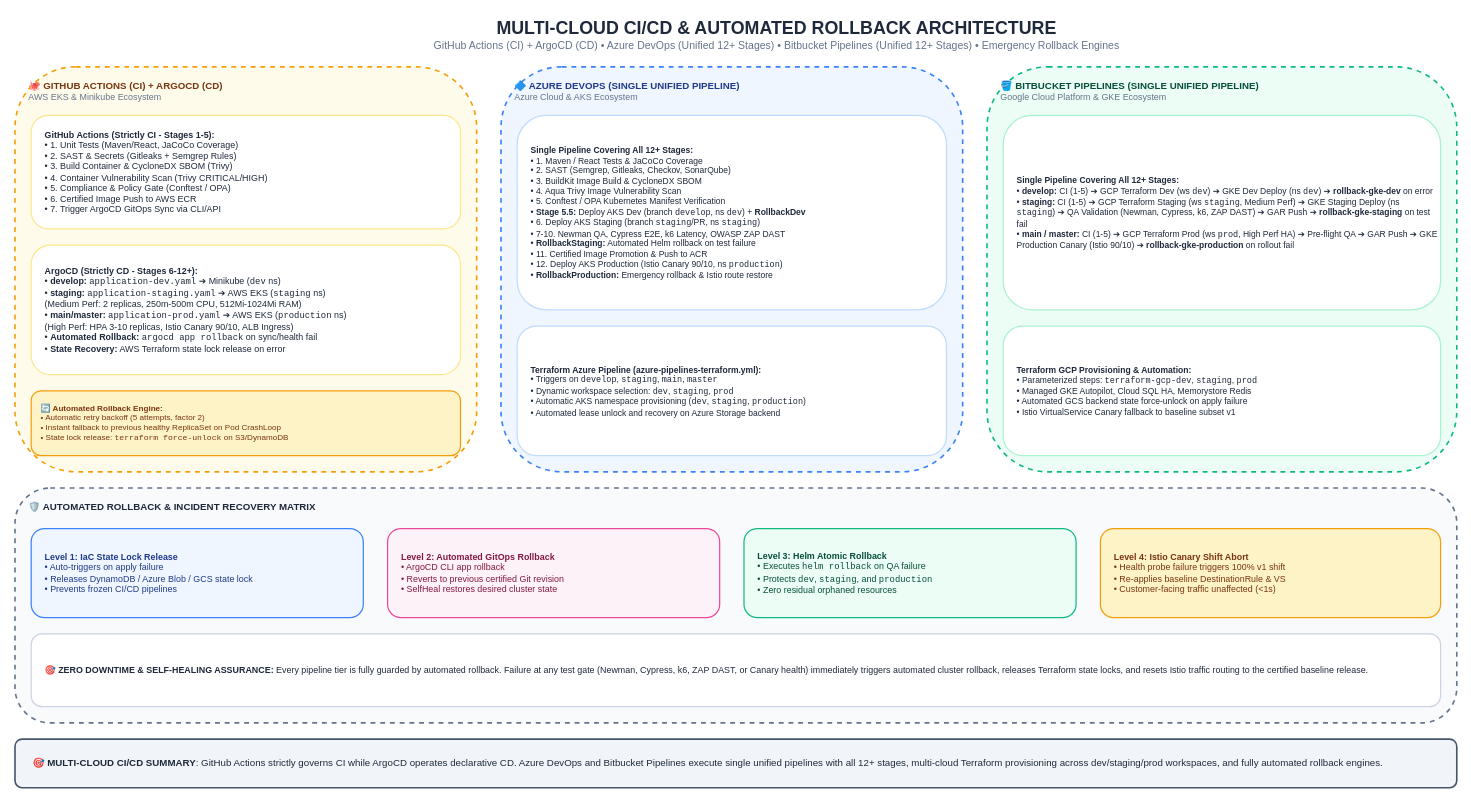
Earlier version of the draw.io diagram page "12. Multi-Cloud CI/CD & Automated Rollback Architecture" (12 of 12) of docs/Diagrams.drawio (GeorgeGxx/microservices-architecture). Source tidied: cells renumbered, new cells numbered last; positions are measured from the earlier drawing's top-left corner, leaving out a move shared by most shapes. Both pictures are drawn from the tidied source at 81%, with x=0, y=0 at pixel (15, 14).
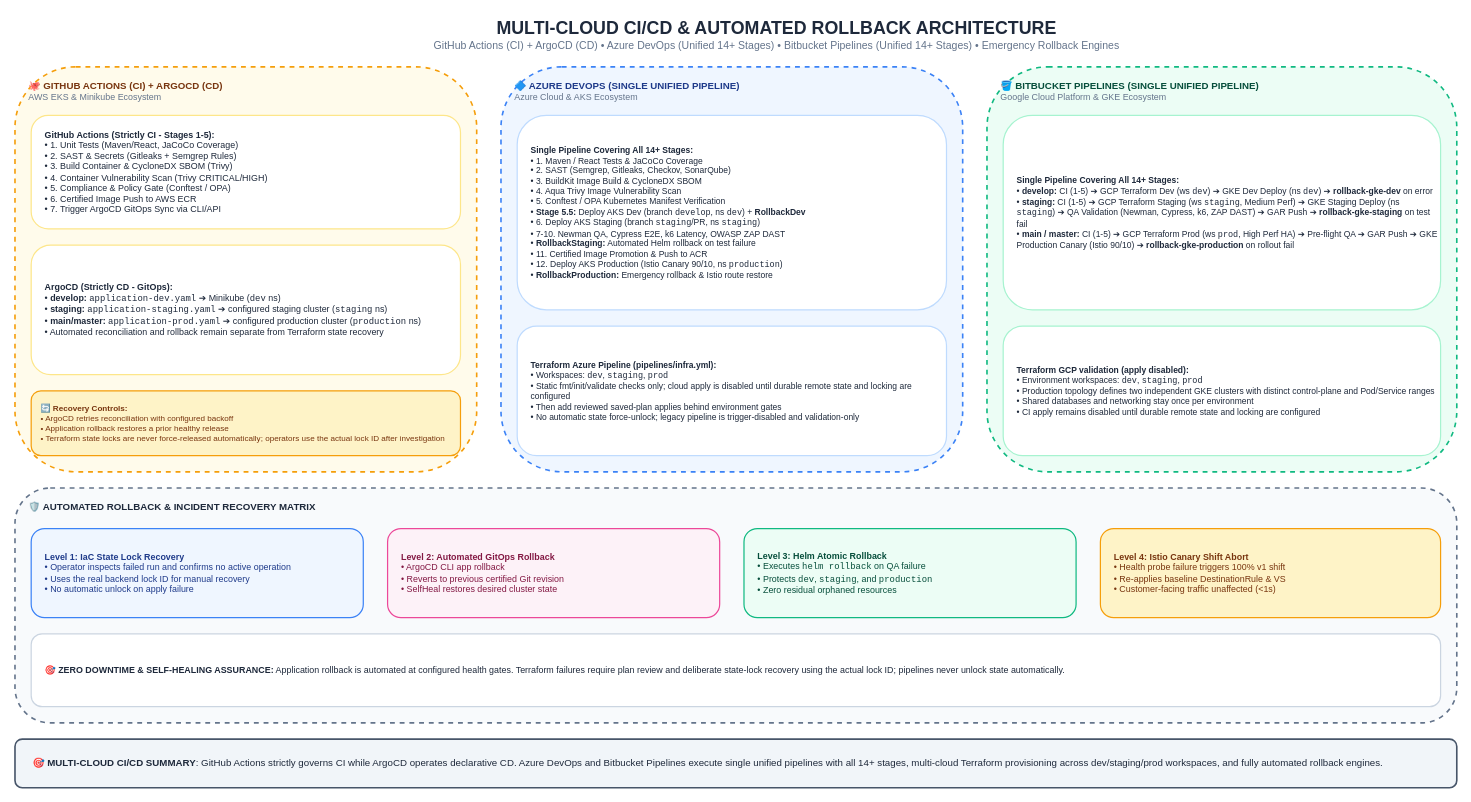
After the change.

Commit message (it also covers changes not shown here):
docs(architecture): sync platform and 12-cluster topology

Change to the diagram source:
```diff
@@
 <mxGraphModel>
   <root>
     <mxCell id="0" />
     <mxCell id="1" parent="0" />
-    <mxCell id="2" value="&lt;b style='font-size:22px;color:#1E293B;'&gt;MULTI-CLOUD CI/CD &amp; AUTOMATED ROLLBACK ARCHITECTURE&lt;/b&gt;&lt;br&gt;&lt;span style='font-size:13px;color:#64748B;'&gt;GitHub Actions (CI) + ArgoCD (CD) • Azure DevOps (Unified 12+ Stages) • Bitbucket Pipelines (Unified 12+ Stages) • Emergency Rollback Engines&lt;/span&gt;" style="text;html=1;align=center;verticalAlign=middle;rounded=0;" parent="1" vertex="1">
+    <mxCell id="2" value="&lt;b style='font-size:22px;color:#1E293B;'&gt;MULTI-CLOUD CI/CD &amp; AUTOMATED ROLLBACK ARCHITECTURE&lt;/b&gt;&lt;br&gt;&lt;span style='font-size:13px;color:#64748B;'&gt;GitHub Actions (CI) + ArgoCD (CD) • Azure DevOps (Unified 14+ Stages) • Bitbucket Pipelines (Unified 14+ Stages) • Emergency Rollback Engines&lt;/span&gt;" style="text;html=1;align=center;verticalAlign=middle;rounded=0;" parent="1" vertex="1">
       <mxGeometry x="240" width="1400" height="50" as="geometry" />
     </mxCell>
     <mxCell id="3" value="&lt;b&gt;🐙 GITHUB ACTIONS (CI) + ARGOCD (CD)&lt;/b&gt;&lt;br&gt;&lt;span style='font-size:11px;color:#64748B;'&gt;AWS EKS &amp; Minikube Ecosystem&lt;/span&gt;" style="rounded=1;whiteSpace=wrap;html=1;fillColor=#FFFBEB;strokeColor=#F59E0B;strokeWidth=2;verticalAlign=top;align=left;spacingLeft=15;spacingTop=10;fontColor=#78350F;fontSize=12;dashed=1;" parent="1" vertex="1">
       <mxGeometry y="65" width="570" height="500" as="geometry" />
     </mxCell>
     <mxCell id="4" value="&lt;b&gt;GitHub Actions (Strictly CI - Stages 1-5):&lt;/b&gt;&lt;br&gt;• 1. Unit Tests (Maven/React, JaCoCo Coverage)&lt;br&gt;• 2. SAST &amp; Secrets (Gitleaks + Semgrep Rules)&lt;br&gt;• 3. Build Container &amp; CycloneDX SBOM (Trivy)&lt;br&gt;• 4. Container Vulnerability Scan (Trivy CRITICAL/HIGH)&lt;br&gt;• 5. Compliance &amp; Policy Gate (Conftest / OPA)&lt;br&gt;• 6. Certified Image Push to AWS ECR&lt;br&gt;• 7. Trigger ArgoCD GitOps Sync via CLI/API" style="rounded=1;whiteSpace=wrap;html=1;fillColor=#FFFFFF;strokeColor=#FDE68A;strokeWidth=1.5;fontColor=#1E293B;fontSize=11;align=left;spacingLeft=15;" parent="1" vertex="1">
       <mxGeometry x="20" y="125" width="530" height="140" as="geometry" />
     </mxCell>
-    <mxCell id="5" value="&lt;b&gt;ArgoCD (Strictly CD - Stages 6-12+):&lt;/b&gt;&lt;br&gt;• &lt;b&gt;develop:&lt;/b&gt; &lt;code&gt;application-dev.yaml&lt;/code&gt; ➔ Minikube (&lt;code&gt;dev&lt;/code&gt; ns)&lt;br&gt;• &lt;b&gt;staging:&lt;/b&gt; &lt;code&gt;application-staging.yaml&lt;/code&gt; ➔ AWS EKS (&lt;code&gt;staging&lt;/code&gt; ns)&lt;br&gt;  (Medium Perf: 2 replicas, 250m-500m CPU, 512Mi-1024Mi RAM)&lt;br&gt;• &lt;b&gt;main/master:&lt;/b&gt; &lt;code&gt;application-prod.yaml&lt;/code&gt; ➔ AWS EKS (&lt;code&gt;production&lt;/code&gt; ns)&lt;br&gt;  (High Perf: HPA 3-10 replicas, Istio Canary 90/10, ALB Ingress)&lt;br&gt;• &lt;b&gt;Automated Rollback:&lt;/b&gt; &lt;code&gt;argocd app rollback&lt;/code&gt; on sync/health fail&lt;br&gt;• &lt;b&gt;State Recovery:&lt;/b&gt; AWS Terraform state lock release on error" style="rounded=1;whiteSpace=wrap;html=1;fillColor=#FFFFFF;strokeColor=#FDE68A;strokeWidth=1.5;fontColor=#1E293B;fontSize=11;align=left;spacingLeft=15;" parent="1" vertex="1">
+    <mxCell id="5" value="&lt;b&gt;ArgoCD (Strictly CD - GitOps):&lt;/b&gt;&lt;br&gt;• &lt;b&gt;develop:&lt;/b&gt; &lt;code&gt;application-dev.yaml&lt;/code&gt; ➔ Minikube (&lt;code&gt;dev&lt;/code&gt; ns)&lt;br&gt;• &lt;b&gt;staging:&lt;/b&gt; &lt;code&gt;application-staging.yaml&lt;/code&gt; ➔ configured staging cluster (&lt;code&gt;staging&lt;/code&gt; ns)&lt;br&gt;• &lt;b&gt;main/master:&lt;/b&gt; &lt;code&gt;application-prod.yaml&lt;/code&gt; ➔ configured production cluster (&lt;code&gt;production&lt;/code&gt; ns)&lt;br&gt;• Automated reconciliation and rollback remain separate from Terraform state recovery" style="rounded=1;whiteSpace=wrap;html=1;fillColor=#FFFFFF;strokeColor=#FDE68A;strokeWidth=1.5;fontColor=#1E293B;fontSize=11;align=left;spacingLeft=15;" parent="1" vertex="1">
       <mxGeometry x="20" y="285" width="530" height="160" as="geometry" />
     </mxCell>
-    <mxCell id="6" value="&lt;b&gt;🔄 Automated Rollback Engine:&lt;/b&gt;&lt;br&gt;• Automatic retry backoff (5 attempts, factor 2)&lt;br&gt;• Instant fallback to previous healthy ReplicaSet on Pod CrashLoop&lt;br&gt;• State lock release: &lt;code&gt;terraform force-unlock&lt;/code&gt; on S3/DynamoDB" style="rounded=1;whiteSpace=wrap;html=1;fillColor=#FEF3C7;strokeColor=#F59E0B;strokeWidth=1.5;fontColor=#78350F;fontSize=10;align=left;spacingLeft=10;" parent="1" vertex="1">
+    <mxCell id="6" value="&lt;b&gt;🔄 Recovery Controls:&lt;/b&gt;&lt;br&gt;• ArgoCD retries reconciliation with configured backoff&lt;br&gt;• Application rollback restores a prior healthy release&lt;br&gt;• Terraform state locks are never force-released automatically; operators use the actual lock ID after investigation" style="rounded=1;whiteSpace=wrap;html=1;fillColor=#FEF3C7;strokeColor=#F59E0B;strokeWidth=1.5;fontColor=#78350F;fontSize=10;align=left;spacingLeft=10;" parent="1" vertex="1">
       <mxGeometry x="20" y="465" width="530" height="80" as="geometry" />
     </mxCell>
     <mxCell id="7" value="&lt;b&gt;🔷 AZURE DEVOPS (SINGLE UNIFIED PIPELINE)&lt;/b&gt;&lt;br&gt;&lt;span style='font-size:11px;color:#64748B;'&gt;Azure Cloud &amp; AKS Ecosystem&lt;/span&gt;" style="rounded=1;whiteSpace=wrap;html=1;fillColor=#EFF6FF;strokeColor=#3B82F6;strokeWidth=2;verticalAlign=top;align=left;spacingLeft=15;spacingTop=10;fontColor=#1E3A8A;fontSize=12;dashed=1;" parent="1" vertex="1">
       <mxGeometry x="600" y="65" width="570" height="500" as="geometry" />
     </mxCell>
-    <mxCell id="8" value="&lt;b&gt;Single Pipeline Covering All 12+ Stages:&lt;/b&gt;&lt;br&gt;• 1. Maven / React Tests &amp; JaCoCo Coverage&lt;br&gt;• 2. SAST (Semgrep, Gitleaks, Checkov, SonarQube)&lt;br&gt;• 3. BuildKit Image Build &amp; CycloneDX SBOM&lt;br&gt;• 4. Aqua Trivy Image Vulnerability Scan&lt;br&gt;• 5. Conftest / OPA Kubernetes Manifest Verification&lt;br&gt;• &lt;b&gt;Stage 5.5:&lt;/b&gt; Deploy AKS Dev (branch &lt;code&gt;develop&lt;/code&gt;, ns &lt;code&gt;dev&lt;/code&gt;) + &lt;b&gt;RollbackDev&lt;/b&gt;&lt;br&gt;• 6. Deploy AKS Staging (branch &lt;code&gt;staging&lt;/code&gt;/PR, ns &lt;code&gt;staging&lt;/code&gt;)&lt;br&gt;• 7-10. Newman QA, Cypress E2E, k6 Latency, OWASP ZAP DAST&lt;br&gt;• &lt;b&gt;RollbackStaging:&lt;/b&gt; Automated Helm rollback on test failure&lt;br&gt;• 11. Certified Image Promotion &amp; Push to ACR&lt;br&gt;• 12. Deploy AKS Production (Istio Canary 90/10, ns &lt;code&gt;production&lt;/code&gt;)&lt;br&gt;• &lt;b&gt;RollbackProduction:&lt;/b&gt; Emergency rollback &amp; Istio route restore" style="rounded=1;whiteSpace=wrap;html=1;fillColor=#FFFFFF;strokeColor=#BFDBFE;strokeWidth=1.5;fontColor=#1E293B;fontSize=10.5;align=left;spacingLeft=15;" parent="1" vertex="1">
+    <mxCell id="8" value="&lt;b&gt;Single Pipeline Covering All 14+ Stages:&lt;/b&gt;&lt;br&gt;• 1. Maven / React Tests &amp; JaCoCo Coverage&lt;br&gt;• 2. SAST (Semgrep, Gitleaks, Checkov, SonarQube)&lt;br&gt;• 3. BuildKit Image Build &amp; CycloneDX SBOM&lt;br&gt;• 4. Aqua Trivy Image Vulnerability Scan&lt;br&gt;• 5. Conftest / OPA Kubernetes Manifest Verification&lt;br&gt;• &lt;b&gt;Stage 5.5:&lt;/b&gt; Deploy AKS Dev (branch &lt;code&gt;develop&lt;/code&gt;, ns &lt;code&gt;dev&lt;/code&gt;) + &lt;b&gt;RollbackDev&lt;/b&gt;&lt;br&gt;• 6. Deploy AKS Staging (branch &lt;code&gt;staging&lt;/code&gt;/PR, ns &lt;code&gt;staging&lt;/code&gt;)&lt;br&gt;• 7-10. Newman QA, Cypress E2E, k6 Latency, OWASP ZAP DAST&lt;br&gt;• &lt;b&gt;RollbackStaging:&lt;/b&gt; Automated Helm rollback on test failure&lt;br&gt;• 11. Certified Image Promotion &amp; Push to ACR&lt;br&gt;• 12. Deploy AKS Production (Istio Canary 90/10, ns &lt;code&gt;production&lt;/code&gt;)&lt;br&gt;• &lt;b&gt;RollbackProduction:&lt;/b&gt; Emergency rollback &amp; Istio route restore" style="rounded=1;whiteSpace=wrap;html=1;fillColor=#FFFFFF;strokeColor=#BFDBFE;strokeWidth=1.5;fontColor=#1E293B;fontSize=10.5;align=left;spacingLeft=15;" parent="1" vertex="1">
       <mxGeometry x="620" y="125" width="530" height="240" as="geometry" />
     </mxCell>
-    <mxCell id="9" value="&lt;b&gt;Terraform Azure Pipeline (azure-pipelines-terraform.yml):&lt;/b&gt;&lt;br&gt;• Triggers on &lt;code&gt;develop&lt;/code&gt;, &lt;code&gt;staging&lt;/code&gt;, &lt;code&gt;main&lt;/code&gt;, &lt;code&gt;master&lt;/code&gt;&lt;br&gt;• Dynamic workspace selection: &lt;code&gt;dev&lt;/code&gt;, &lt;code&gt;staging&lt;/code&gt;, &lt;code&gt;prod&lt;/code&gt;&lt;br&gt;• Automatic AKS namespace provisioning (&lt;code&gt;dev&lt;/code&gt;, &lt;code&gt;staging&lt;/code&gt;, &lt;code&gt;production&lt;/code&gt;)&lt;br&gt;• Automated lease unlock and recovery on Azure Storage backend" style="rounded=1;whiteSpace=wrap;html=1;fillColor=#FFFFFF;strokeColor=#BFDBFE;strokeWidth=1.5;fontColor=#1E293B;fontSize=10.5;align=left;spacingLeft=15;" parent="1" vertex="1">
+    <mxCell id="9" value="&lt;b&gt;Terraform Azure Pipeline (pipelines/infra.yml):&lt;/b&gt;&lt;br&gt;• Workspaces: &lt;code&gt;dev&lt;/code&gt;, &lt;code&gt;staging&lt;/code&gt;, &lt;code&gt;prod&lt;/code&gt;&lt;br&gt;• Static fmt/init/validate checks only; cloud apply is disabled until durable remote state and locking are configured&lt;br&gt;• Then add reviewed saved-plan applies behind environment gates&lt;br&gt;• No automatic state force-unlock; legacy pipeline is trigger-disabled and validation-only" style="rounded=1;whiteSpace=wrap;html=1;fillColor=#FFFFFF;strokeColor=#BFDBFE;strokeWidth=1.5;fontColor=#1E293B;fontSize=10.5;align=left;spacingLeft=15;" parent="1" vertex="1">
       <mxGeometry x="620" y="385" width="530" height="160" as="geometry" />
     </mxCell>
     <mxCell id="10" value="&lt;b&gt;🪣 BITBUCKET PIPELINES (SINGLE UNIFIED PIPELINE)&lt;/b&gt;&lt;br&gt;&lt;span style='font-size:11px;color:#64748B;'&gt;Google Cloud Platform &amp; GKE Ecosystem&lt;/span&gt;" style="rounded=1;whiteSpace=wrap;html=1;fillColor=#ECFDF5;strokeColor=#10B981;strokeWidth=2;verticalAlign=top;align=left;spacingLeft=15;spacingTop=10;fontColor=#064E3B;fontSize=12;dashed=1;" parent="1" vertex="1">
       <mxGeometry x="1200" y="65" width="580" height="500" as="geometry" />
     </mxCell>
-    <mxCell id="11" value="&lt;b&gt;Single Pipeline Covering All 12+ Stages:&lt;/b&gt;&lt;br&gt;• &lt;b&gt;develop:&lt;/b&gt; CI (1-5) ➔ GCP Terraform Dev (ws &lt;code&gt;dev&lt;/code&gt;) ➔ GKE Dev Deploy (ns &lt;code&gt;dev&lt;/code&gt;) ➔ &lt;b&gt;rollback-gke-dev&lt;/b&gt; on error&lt;br&gt;• &lt;b&gt;staging:&lt;/b&gt; CI (1-5) ➔ GCP Terraform Staging (ws &lt;code&gt;staging&lt;/code&gt;, Medium Perf) ➔ GKE Staging Deploy (ns &lt;code&gt;staging&lt;/code&gt;) ➔ QA Validation (Newman, Cypress, k6, ZAP DAST) ➔ GAR Push ➔ &lt;b&gt;rollback-gke-staging&lt;/b&gt; on test fail&lt;br&gt;• &lt;b&gt;main / master:&lt;/b&gt; CI (1-5) ➔ GCP Terraform Prod (ws &lt;code&gt;prod&lt;/code&gt;, High Perf HA) ➔ Pre-flight QA ➔ GAR Push ➔ GKE Production Canary (Istio 90/10) ➔ &lt;b&gt;rollback-gke-production&lt;/b&gt; on rollout fail" style="rounded=1;whiteSpace=wrap;html=1;fillColor=#FFFFFF;strokeColor=#A7F3D0;strokeWidth=1.5;fontColor=#1E293B;fontSize=10.5;align=left;spacingLeft=15;" parent="1" vertex="1">
+    <mxCell id="11" value="&lt;b&gt;Single Pipeline Covering All 14+ Stages:&lt;/b&gt;&lt;br&gt;• &lt;b&gt;develop:&lt;/b&gt; CI (1-5) ➔ GCP Terraform Dev (ws &lt;code&gt;dev&lt;/code&gt;) ➔ GKE Dev Deploy (ns &lt;code&gt;dev&lt;/code&gt;) ➔ &lt;b&gt;rollback-gke-dev&lt;/b&gt; on error&lt;br&gt;• &lt;b&gt;staging:&lt;/b&gt; CI (1-5) ➔ GCP Terraform Staging (ws &lt;code&gt;staging&lt;/code&gt;, Medium Perf) ➔ GKE Staging Deploy (ns &lt;code&gt;staging&lt;/code&gt;) ➔ QA Validation (Newman, Cypress, k6, ZAP DAST) ➔ GAR Push ➔ &lt;b&gt;rollback-gke-staging&lt;/b&gt; on test fail&lt;br&gt;• &lt;b&gt;main / master:&lt;/b&gt; CI (1-5) ➔ GCP Terraform Prod (ws &lt;code&gt;prod&lt;/code&gt;, High Perf HA) ➔ Pre-flight QA ➔ GAR Push ➔ GKE Production Canary (Istio 90/10) ➔ &lt;b&gt;rollback-gke-production&lt;/b&gt; on rollout fail" style="rounded=1;whiteSpace=wrap;html=1;fillColor=#FFFFFF;strokeColor=#A7F3D0;strokeWidth=1.5;fontColor=#1E293B;fontSize=10.5;align=left;spacingLeft=15;" parent="1" vertex="1">
       <mxGeometry x="1220" y="125" width="540" height="240" as="geometry" />
     </mxCell>
-    <mxCell id="12" value="&lt;b&gt;Terraform GCP Provisioning &amp; Automation:&lt;/b&gt;&lt;br&gt;• Parameterized steps: &lt;code&gt;terraform-gcp-dev&lt;/code&gt;, &lt;code&gt;staging&lt;/code&gt;, &lt;code&gt;prod&lt;/code&gt;&lt;br&gt;• Managed GKE Autopilot, Cloud SQL HA, Memorystore Redis&lt;br&gt;• Automated GCS backend state force-unlock on apply failure&lt;br&gt;• Istio VirtualService Canary fallback to baseline subset v1" style="rounded=1;whiteSpace=wrap;html=1;fillColor=#FFFFFF;strokeColor=#A7F3D0;strokeWidth=1.5;fontColor=#1E293B;fontSize=10.5;align=left;spacingLeft=15;" parent="1" vertex="1">
+    <mxCell id="12" value="&lt;b&gt;Terraform GCP validation (apply disabled):&lt;/b&gt;&lt;br&gt;• Environment workspaces: &lt;code&gt;dev&lt;/code&gt;, &lt;code&gt;staging&lt;/code&gt;, &lt;code&gt;prod&lt;/code&gt;&lt;br&gt;• Production topology defines two independent GKE clusters with distinct control-plane and Pod/Service ranges&lt;br&gt;• Shared databases and networking stay once per environment&lt;br&gt;• CI apply remains disabled until durable remote state and locking are configured" style="rounded=1;whiteSpace=wrap;html=1;fillColor=#FFFFFF;strokeColor=#A7F3D0;strokeWidth=1.5;fontColor=#1E293B;fontSize=10.5;align=left;spacingLeft=15;" parent="1" vertex="1">
       <mxGeometry x="1220" y="385" width="540" height="160" as="geometry" />
     </mxCell>
     <mxCell id="13" value="&lt;b&gt;🛡️ AUTOMATED ROLLBACK &amp; INCIDENT RECOVERY MATRIX&lt;/b&gt;" style="rounded=1;whiteSpace=wrap;html=1;fillColor=#F8FAFC;strokeColor=#64748B;strokeWidth=2;verticalAlign=top;align=left;spacingLeft=15;spacingTop=10;fontColor=#1E293B;fontSize=12;dashed=1;" parent="1" vertex="1">
       <mxGeometry y="585" width="1780" height="290" as="geometry" />
     </mxCell>
-    <mxCell id="14" value="&lt;b&gt;Level 1: IaC State Lock Release&lt;/b&gt;&lt;br&gt;• Auto-triggers on apply failure&lt;br&gt;• Releases DynamoDB / Azure Blob / GCS state lock&lt;br&gt;• Prevents frozen CI/CD pipelines" style="rounded=1;whiteSpace=wrap;html=1;fillColor=#EFF6FF;strokeColor=#3B82F6;strokeWidth=1.5;fontColor=#1E3A8A;fontSize=11;align=left;spacingLeft=15;" parent="1" vertex="1">
+    <mxCell id="14" value="&lt;b&gt;Level 1: IaC State Lock Recovery&lt;/b&gt;&lt;br&gt;• Operator inspects failed run and confirms no active operation&lt;br&gt;• Uses the real backend lock ID for manual recovery&lt;br&gt;• No automatic unlock on apply failure" style="rounded=1;whiteSpace=wrap;html=1;fillColor=#EFF6FF;strokeColor=#3B82F6;strokeWidth=1.5;fontColor=#1E3A8A;fontSize=11;align=left;spacingLeft=15;" parent="1" vertex="1">
       <mxGeometry x="20" y="635" width="410" height="110" as="geometry" />
     </mxCell>
     <mxCell id="15" value="&lt;b&gt;Level 2: Automated GitOps Rollback&lt;/b&gt;&lt;br&gt;• ArgoCD CLI app rollback&lt;br&gt;• Reverts to previous certified Git revision&lt;br&gt;• SelfHeal restores desired cluster state" style="rounded=1;whiteSpace=wrap;html=1;fillColor=#FDF2F8;strokeColor=#EC4899;strokeWidth=1.5;fontColor=#831843;fontSize=11;align=left;spacingLeft=15;" parent="1" vertex="1">
       <mxGeometry x="460" y="635" width="410" height="110" as="geometry" />
     </mxCell>
     <mxCell id="16" value="&lt;b&gt;Level 3: Helm Atomic Rollback&lt;/b&gt;&lt;br&gt;• Executes &lt;code&gt;helm rollback&lt;/code&gt; on QA failure&lt;br&gt;• Protects &lt;code&gt;dev&lt;/code&gt;, &lt;code&gt;staging&lt;/code&gt;, and &lt;code&gt;production&lt;/code&gt;&lt;br&gt;• Zero residual orphaned resources" style="rounded=1;whiteSpace=wrap;html=1;fillColor=#ECFDF5;strokeColor=#10B981;strokeWidth=1.5;fontColor=#064E3B;fontSize=11;align=left;spacingLeft=15;" parent="1" vertex="1">
       <mxGeometry x="900" y="635" width="410" height="110" as="geometry" />
     </mxCell>
     <mxCell id="17" value="&lt;b&gt;Level 4: Istio Canary Shift Abort&lt;/b&gt;&lt;br&gt;• Health probe failure triggers 100% v1 shift&lt;br&gt;• Re-applies baseline DestinationRule &amp; VS&lt;br&gt;• Customer-facing traffic unaffected (&amp;lt;1s)" style="rounded=1;whiteSpace=wrap;html=1;fillColor=#FEF3C7;strokeColor=#F59E0B;strokeWidth=1.5;fontColor=#78350F;fontSize=11;align=left;spacingLeft=15;" parent="1" vertex="1">
       <mxGeometry x="1340" y="635" width="420" height="110" as="geometry" />
     </mxCell>
-    <mxCell id="18" value="&lt;b&gt;🎯 ZERO DOWNTIME &amp; SELF-HEALING ASSURANCE:&lt;/b&gt; Every pipeline tier is fully guarded by automated rollback. Failure at any test gate (Newman, Cypress, k6, ZAP DAST, or Canary health) immediately triggers automated cluster rollback, releases Terraform state locks, and resets Istio traffic routing to the certified baseline release." style="rounded=1;whiteSpace=wrap;html=1;fillColor=#FFFFFF;strokeColor=#CBD5E1;strokeWidth=1.5;fontColor=#1E293B;fontSize=11;align=left;spacingLeft=15;" parent="1" vertex="1">
+    <mxCell id="18" value="&lt;b&gt;🎯 ZERO DOWNTIME &amp; SELF-HEALING ASSURANCE:&lt;/b&gt; Application rollback is automated at configured health gates. Terraform failures require plan review and deliberate state-lock recovery using the actual lock ID; pipelines never unlock state automatically." style="rounded=1;whiteSpace=wrap;html=1;fillColor=#FFFFFF;strokeColor=#CBD5E1;strokeWidth=1.5;fontColor=#1E293B;fontSize=11;align=left;spacingLeft=15;" parent="1" vertex="1">
       <mxGeometry x="20" y="765" width="1740" height="90" as="geometry" />
     </mxCell>
-    <mxCell id="19" value="&lt;b&gt;🎯 MULTI-CLOUD CI/CD SUMMARY&lt;/b&gt;: GitHub Actions strictly governs CI while ArgoCD operates declarative CD. Azure DevOps and Bitbucket Pipelines execute single unified pipelines with all 12+ stages, multi-cloud Terraform provisioning across dev/staging/prod workspaces, and fully automated rollback engines." style="rounded=1;whiteSpace=wrap;html=1;fillColor=#F1F5F9;strokeColor=#475569;strokeWidth=2;fontColor=#1E293B;fontSize=12;align=left;spacingLeft=20;" parent="1" vertex="1">
+    <mxCell id="19" value="&lt;b&gt;🎯 MULTI-CLOUD CI/CD SUMMARY&lt;/b&gt;: GitHub Actions strictly governs CI while ArgoCD operates declarative CD. Azure DevOps and Bitbucket Pipelines execute single unified pipelines with all 14+ stages, multi-cloud Terraform provisioning across dev/staging/prod workspaces, and fully automated rollback engines." style="rounded=1;whiteSpace=wrap;html=1;fillColor=#F1F5F9;strokeColor=#475569;strokeWidth=2;fontColor=#1E293B;fontSize=12;align=left;spacingLeft=20;" parent="1" vertex="1">
       <mxGeometry y="895" width="1780" height="60" as="geometry" />
     </mxCell>
   </root>
 </mxGraphModel>
```
